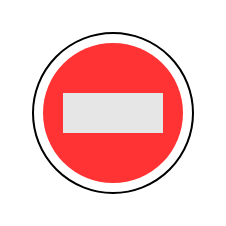
This is assets/img/forbidden.drawio from fit-r2lab/r2lab.inria.fr, a draw.io file, before an edit. Source tidied: cells renumbered, new cells numbered last; positions are measured from the earlier drawing's top-left corner, leaving out a move shared by most shapes. Both pictures are drawn from the tidied source at 200%, with x=0, y=0 at pixel (32, 32).
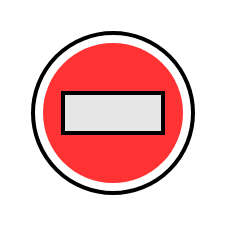
Above is the later version.

Commit message (it also covers changes not shown here):
outline the contour of the forbidden shape

Diff of the diagram source:
```diff
@@
 <mxGraphModel>
   <root>
     <mxCell id="0" />
     <mxCell id="1" parent="0" />
-    <mxCell id="2" style="ellipse;whiteSpace=wrap;html=1;" parent="1" vertex="1">
+    <mxCell id="2" style="ellipse;whiteSpace=wrap;html=1;strokeWidth=2;" parent="1" vertex="1">
       <mxGeometry width="80" height="80" as="geometry" />
     </mxCell>
     <mxCell id="3" style="ellipse;whiteSpace=wrap;html=1;fillColor=#FF3333;strokeColor=none;" parent="1" vertex="1">
       <mxGeometry x="5" y="5" width="70" height="70" as="geometry" />
     </mxCell>
-    <mxCell id="4" style="rounded=0;whiteSpace=wrap;html=1;fillColor=#E6E6E6;strokeColor=none;" parent="1" vertex="1">
+    <mxCell id="4" style="rounded=0;whiteSpace=wrap;html=1;fillColor=#E6E6E6;strokeColor=default;strokeWidth=2;" parent="1" vertex="1">
       <mxGeometry x="15" y="30" width="50" height="20" as="geometry" />
     </mxCell>
   </root>
 </mxGraphModel>
```
